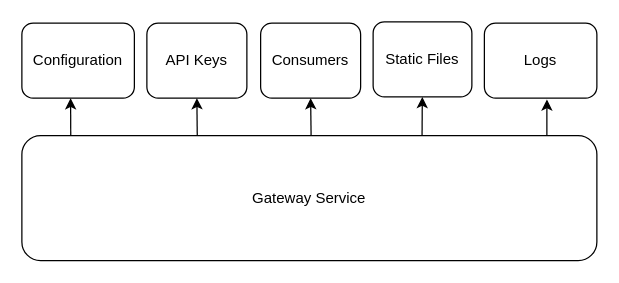
Before: page "Components" (2 of 2) of Docs/Diagrams.drawio in PKPublicCode/SecuredApi, a draw.io diagram. Source tidied: cells renumbered, new cells numbered last; positions are measured from the earlier drawing's top-left corner, leaving out a move shared by most shapes. Both pictures are drawn from the tidied source at 125%, with x=0, y=0 at pixel (21, 21).
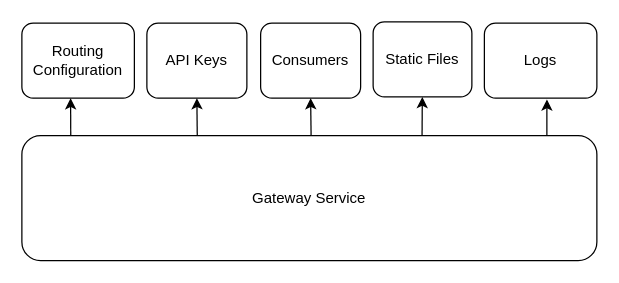
Above is the later version.

What changed in the source:
```diff
@@
 <mxGraphModel>
   <root>
     <mxCell id="0" />
     <mxCell id="1" parent="0" />
     <mxCell id="2" value="Gateway Service" style="rounded=1;whiteSpace=wrap;html=1;" parent="1" vertex="1">
       <mxGeometry y="91" width="460" height="100" as="geometry" />
     </mxCell>
-    <mxCell id="3" value="Configuration" style="rounded=1;whiteSpace=wrap;html=1;" parent="1" vertex="1">
+    <mxCell id="3" value="Routing Configuration" style="rounded=1;whiteSpace=wrap;html=1;" parent="1" vertex="1">
       <mxGeometry y="1" width="90" height="60" as="geometry" />
     </mxCell>
     <mxCell id="4" value="API Keys" style="rounded=1;whiteSpace=wrap;html=1;" parent="1" vertex="1">
       <mxGeometry x="100" y="1" width="80" height="60" as="geometry" />
     </mxCell>
     <mxCell id="5" value="Consumers" style="rounded=1;whiteSpace=wrap;html=1;" parent="1" vertex="1">
       <mxGeometry x="191" y="1" width="80" height="60" as="geometry" />
     </mxCell>
     <mxCell id="6" value="Static Files" style="rounded=1;whiteSpace=wrap;html=1;" parent="1" vertex="1">
       <mxGeometry x="281" width="79" height="60" as="geometry" />
     </mxCell>
     <mxCell id="7" value="Logs" style="rounded=1;whiteSpace=wrap;html=1;" parent="1" vertex="1">
       <mxGeometry x="370" y="1" width="90" height="60" as="geometry" />
     </mxCell>
     <mxCell id="8" style="endArrow=classic;html=1;rounded=0;exitX=0.085;exitY=0;exitDx=0;exitDy=0;exitPerimeter=0;entryX=0.433;entryY=1;entryDx=0;entryDy=0;entryPerimeter=0;" parent="1" edge="1" source="2" target="3">
       <mxGeometry relative="1" as="geometry" />
     </mxCell>
     <mxCell id="9" style="endArrow=classic;html=1;rounded=0;entryX=0.5;entryY=1;entryDx=0;entryDy=0;exitX=0.305;exitY=-0.002;exitDx=0;exitDy=0;exitPerimeter=0;" parent="1" edge="1" source="2" target="4">
       <mxGeometry relative="1" as="geometry" />
     </mxCell>
     <mxCell id="10" style="endArrow=classic;html=1;rounded=0;entryX=0.5;entryY=1;entryDx=0;entryDy=0;exitX=0.503;exitY=0;exitDx=0;exitDy=0;exitPerimeter=0;" parent="1" edge="1" source="2" target="5">
       <mxGeometry relative="1" as="geometry" />
     </mxCell>
     <mxCell id="11" style="endArrow=classic;html=1;rounded=0;exitX=0.696;exitY=0;exitDx=0;exitDy=0;exitPerimeter=0;" parent="1" edge="1" source="2" target="6">
       <mxGeometry relative="1" as="geometry" />
     </mxCell>
     <mxCell id="12" style="endArrow=classic;html=1;rounded=0;entryX=0.556;entryY=1.017;entryDx=0;entryDy=0;entryPerimeter=0;exitX=0.913;exitY=0.002;exitDx=0;exitDy=0;exitPerimeter=0;" parent="1" edge="1" source="2" target="7">
       <mxGeometry relative="1" as="geometry" />
     </mxCell>
   </root>
 </mxGraphModel>
```
